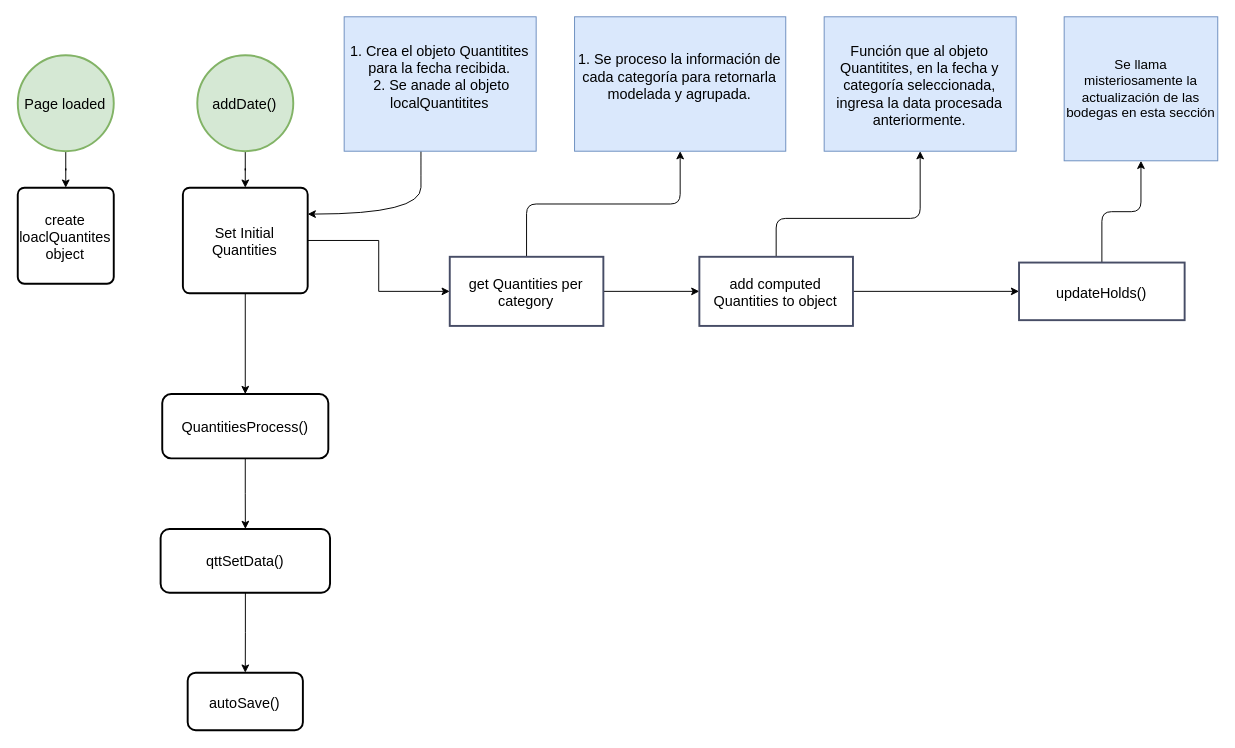
Earlier version of the draw.io diagram quantitites.drawio (brianaqp/diagrams). Source tidied: cells renumbered, new cells numbered last; positions are measured from the earlier drawing's top-left corner, leaving out a move shared by most shapes. Both pictures are drawn from the tidied source at 96%, with x=0, y=0 at pixel (17, 16).
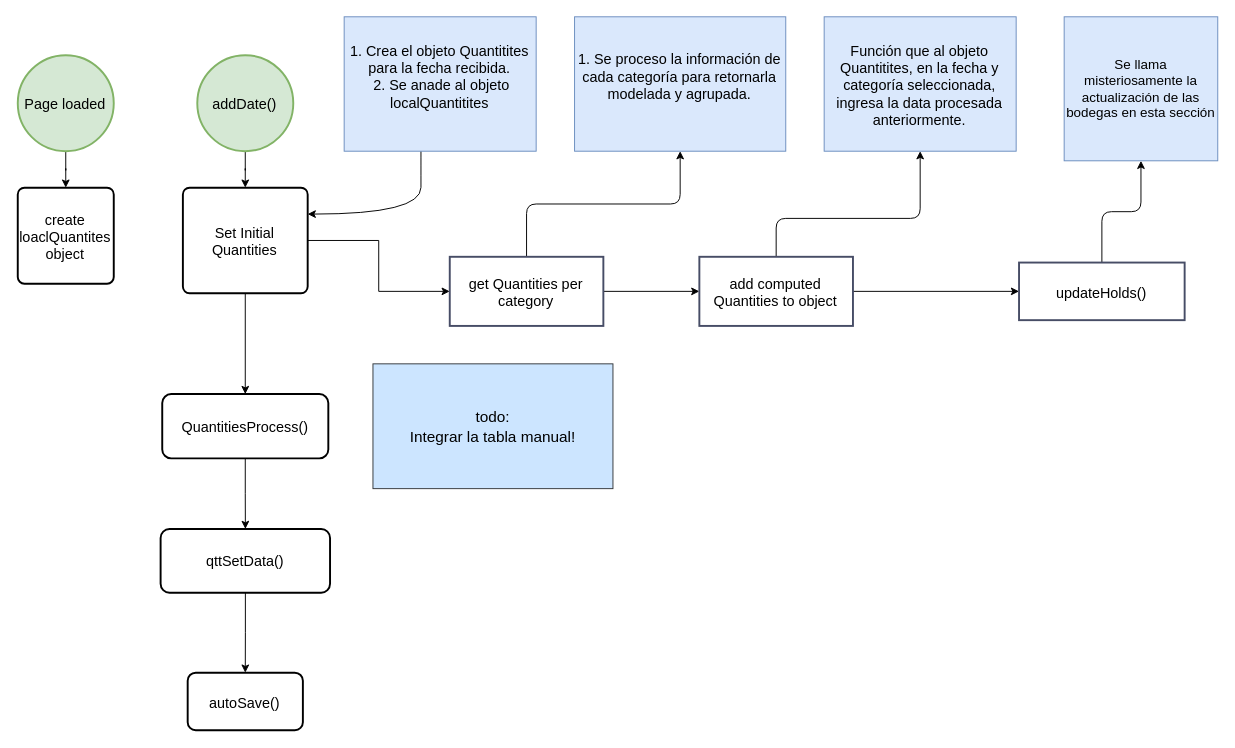
After the change.

Change to the diagram source:
```diff
@@
+    <mxCell id="28" value="todo:&lt;br style=&quot;font-size: 16px;&quot;&gt;Integrar la tabla manual!" style="rounded=0;whiteSpace=wrap;html=1;fontSize=16;fillColor=#cce5ff;strokeColor=#36393d;" parent="1" vertex="1">
+      <mxGeometry x="370" y="361.5" width="250" height="130" as="geometry" />
+    </mxCell>
```
